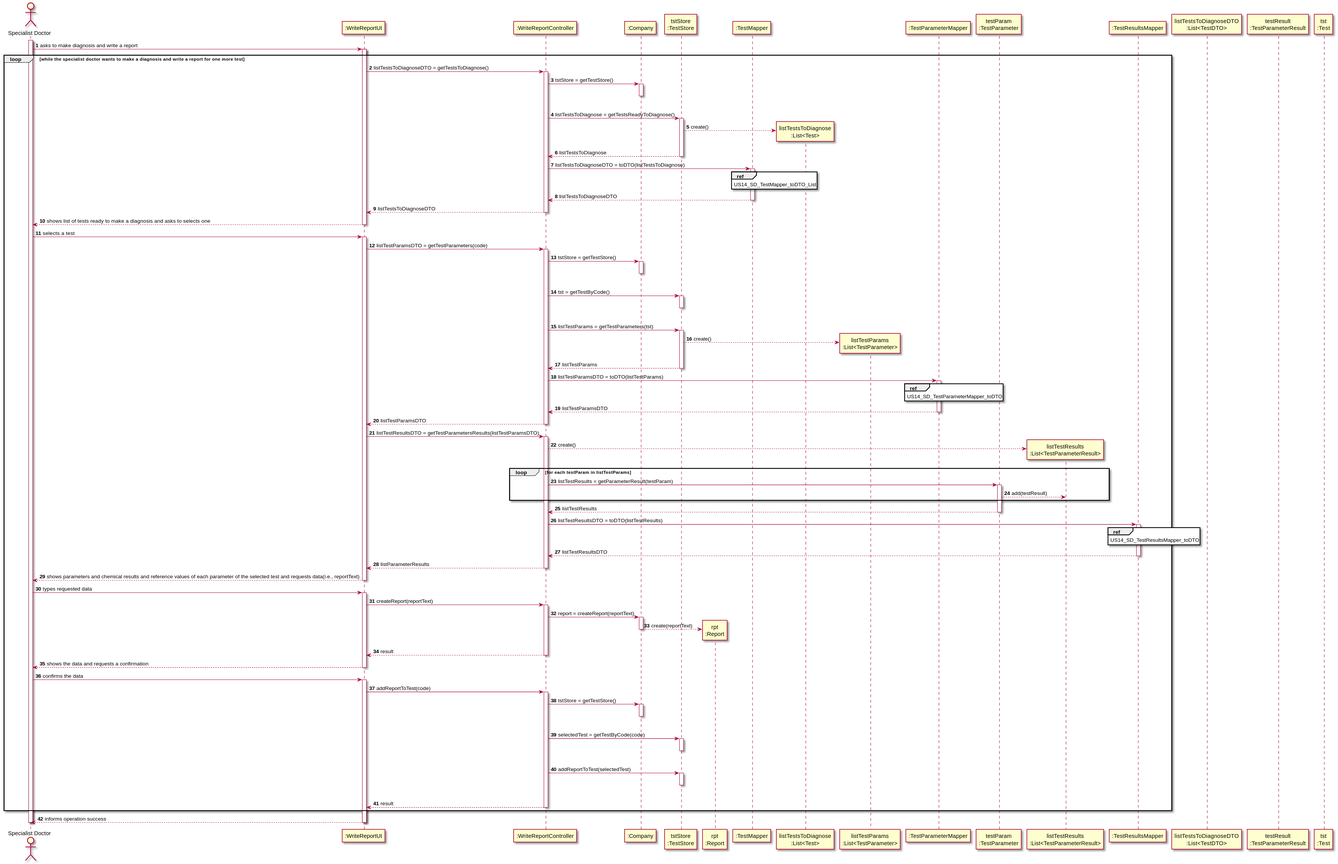
ana-albergaria/LAPR2-ISEP keeps this PlantUML diagram as docs/SprintC/US_14/US014_SD.svg. Above is the earlier version.
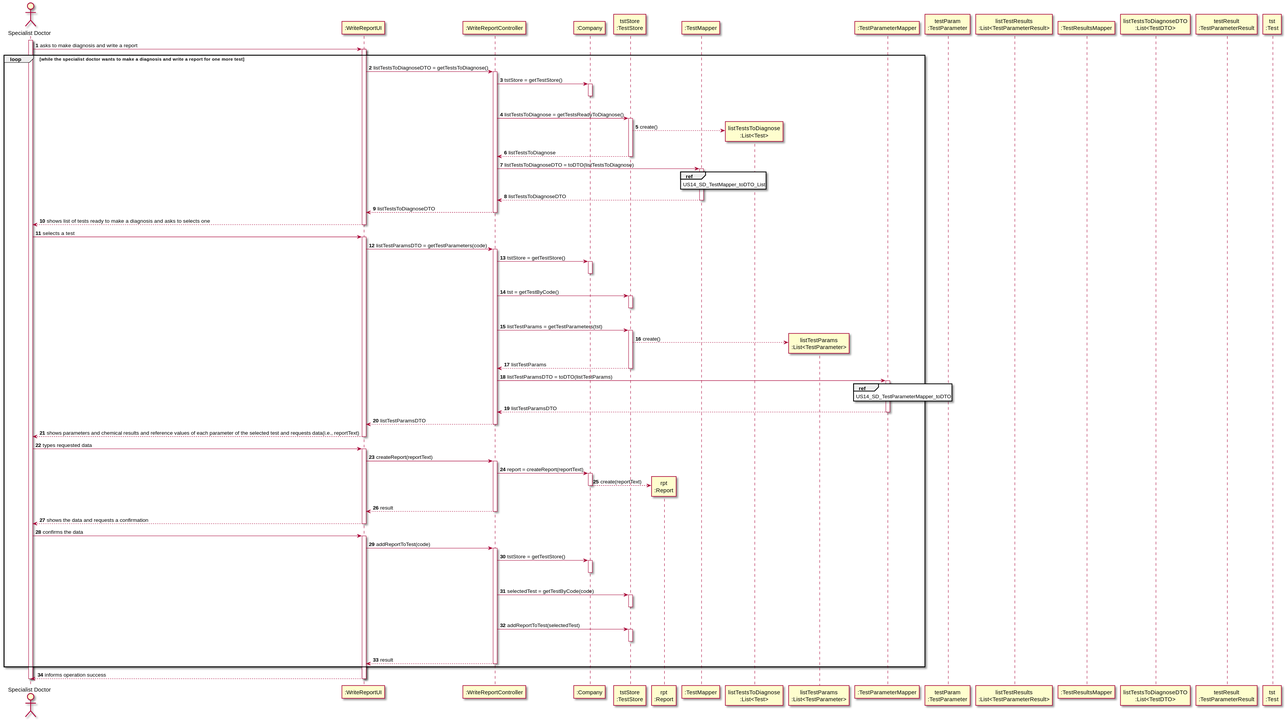
The same diagram one commit later.

Diff of the diagram source:
```diff
@@ -83,29 +83,6 @@
 
 deactivate CTRL
 
-UI -> CTRL : listTestResultsDTO = getTestParametersResults(listTestParamsDTO)
-activate CTRL
-
-CTRL --> LTPR** : create()
-loop for each testParam in listTestParams
-CTRL -> TP : listTestResults = getParameterResult(testParam)
-activate TP
-TP --> LTPR : add(testResult)
-end
-TP --> CTRL : listTestResults
-deactivate TP
-
-CTRL -> TRMAPPER : listTestResultsDTO = toDTO(listTestResults)
-activate TRMAPPER
-ref over TRMAPPER : US14_SD_TestResultsMapper_toDTO
-TRMAPPER --> CTRL : listTestResultsDTO
-deactivate TRMAPPER
-
-CTRL --> UI : listParameterResults
-deactivate CTRL
-
-
-
 UI --> SPDT : shows parameters and chemical results and reference values of each parameter of the selected test and requests data(i.e., reportText)
 deactivate UI
 
```
